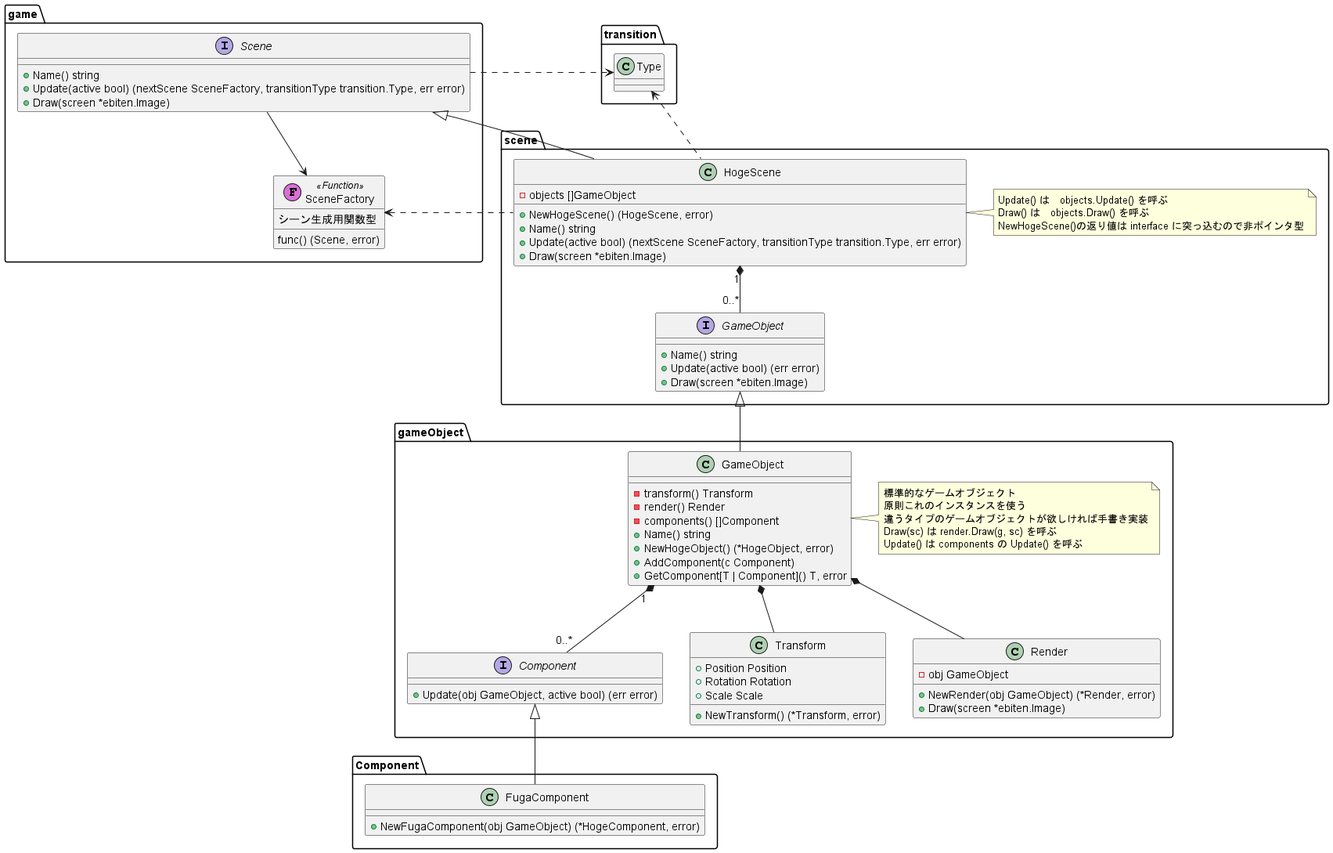
Earlier version of the PlantUML export Docs/Scene_class_diagram.png (kmc-jp/Gamedev_Tempura-of-p--Phenylazo-phenol).
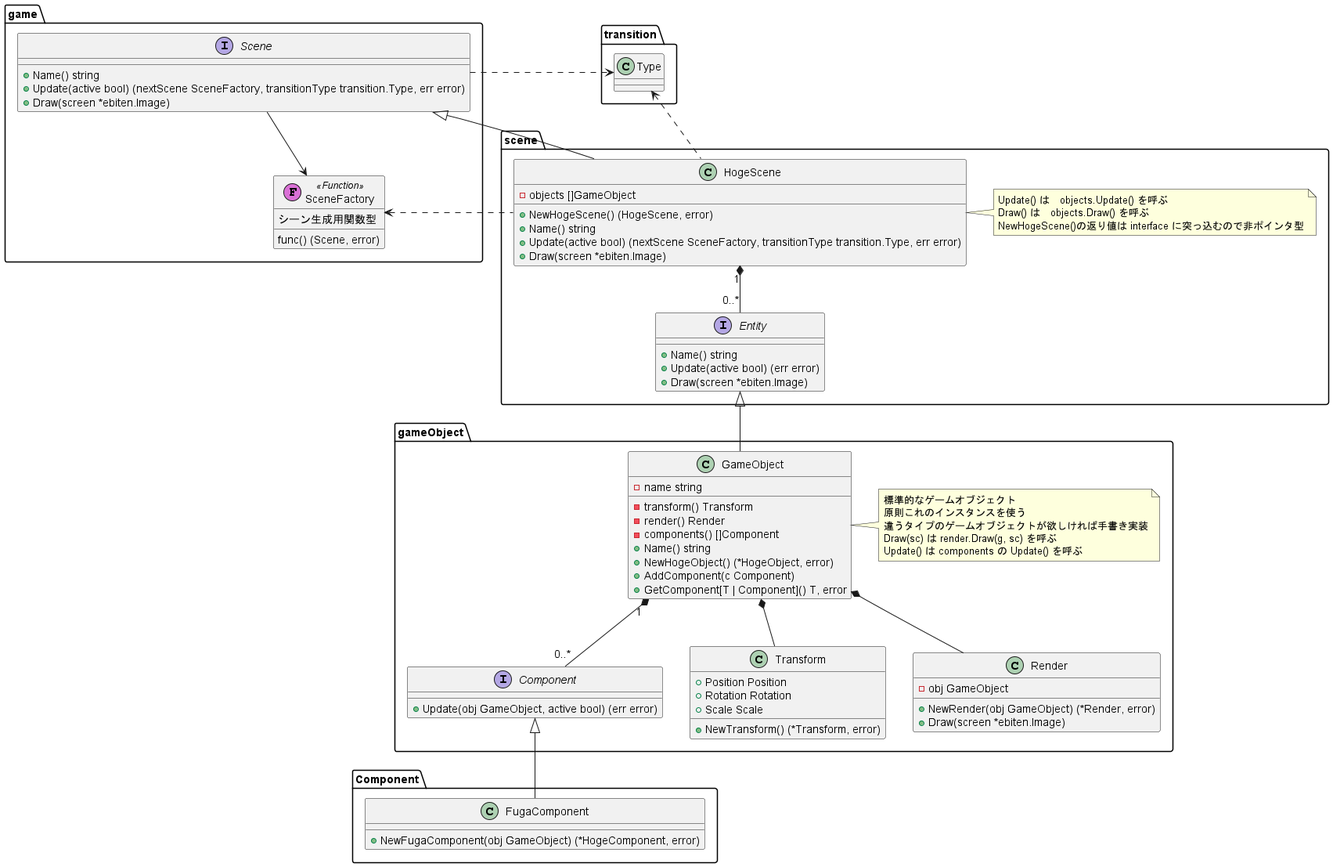
Later version of the same file.

Commit message:
GameObject 周りのリファクタ

The edit, as a diff of the source:
```diff
@@ -35,9 +35,9 @@
     HogeScene .up.> transition.Type
 
 
-    HogeScene "1" *-- "0..*" GameObject
+    HogeScene "1" *-- "0..*" Entity
 
-    interface GameObject {
+    interface Entity {
         + Name() string
         + Update(active bool) (err error)
         + Draw(screen *ebiten.Image)
@@ -46,6 +46,7 @@
 
 package gameObject {
     class GameObject {
+        - name string
         - transform() Transform
         - render() Render
         - components() []Component
@@ -56,7 +57,7 @@
     }
     note right of GameObject : 標準的なゲームオブジェクト\n原則これのインスタンスを使う\n違うタイプのゲームオブジェクトが欲しければ手書き実装\nDraw(sc) は render.Draw(g, sc) を呼ぶ\nUpdate() は components の Update() を呼ぶ
 
-    GameObject -up-|> scene.GameObject
+    GameObject -up-|> scene.Entity
     GameObject *-- Transform
     GameObject *-- Render
 
```
